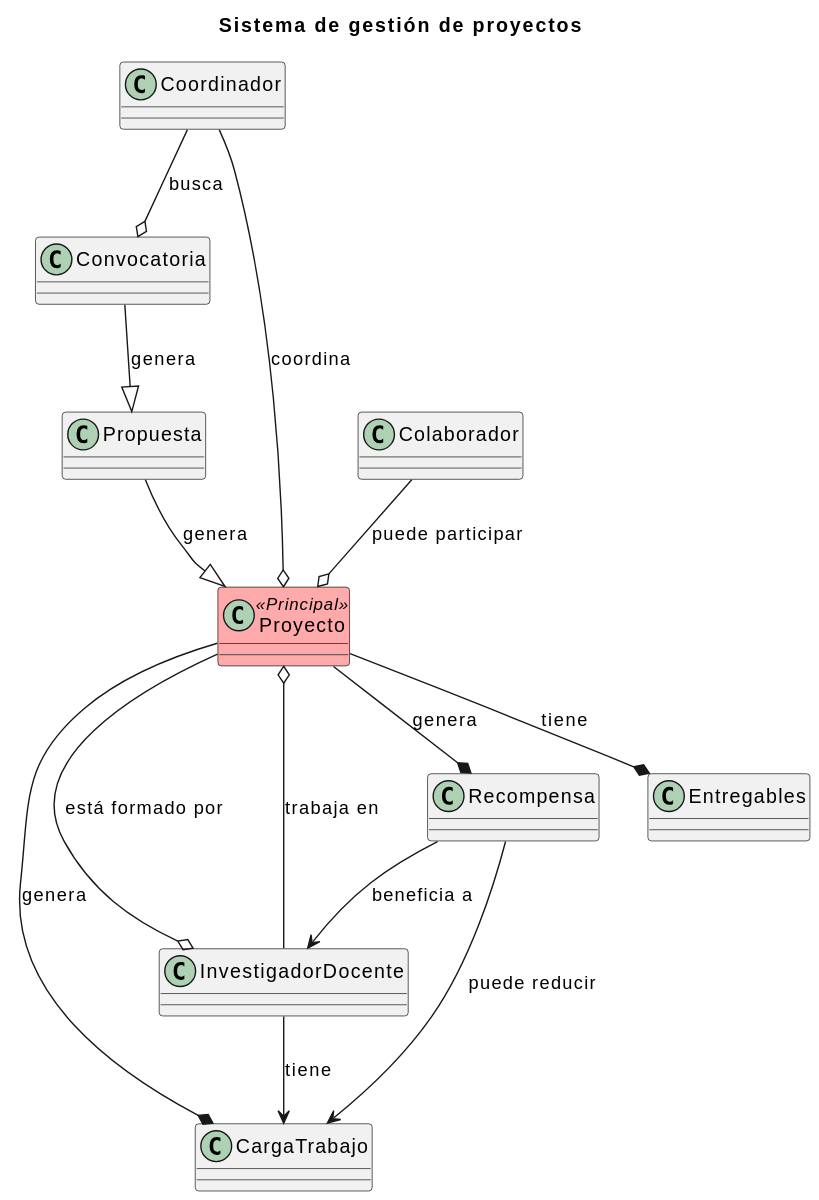
Before: documentación/ModeloDelDominio/Imagenes/Clases/ClasesProyecto.svg, a diagram exported from PlantUML (31Diego/25-26-IdSw1-SdR).
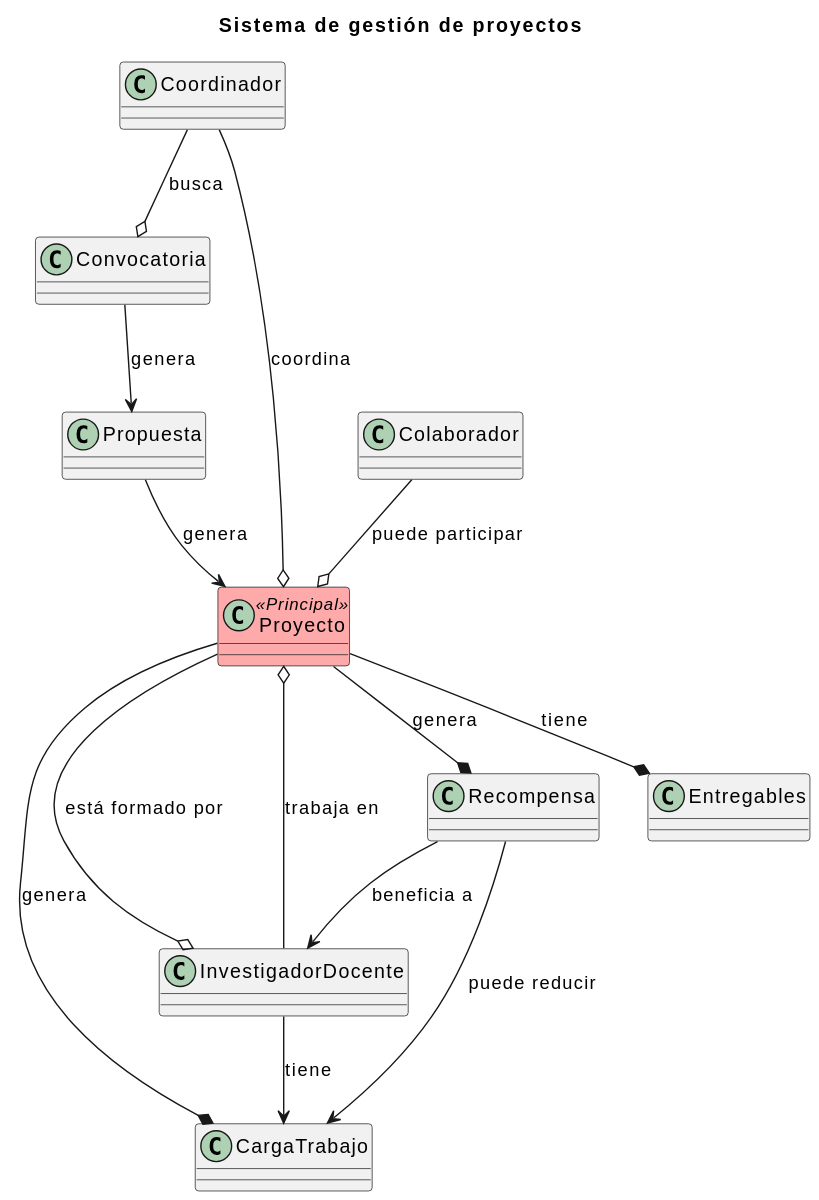
After the commit.

Commit message:
ajustes a los diagramas de clases en base a la reunion de hoy

What changed in the source:
```diff
@@ -50,8 +50,8 @@
 
 
 
-Convocatoria --|> Propuesta: genera
-Propuesta --|> Proyecto: genera
+Convocatoria --> Propuesta: genera
+Propuesta --> Proyecto: genera
 
 Proyecto --o InvestigadorDocente: está formado por
 Proyecto --* Entregables: tiene
```
